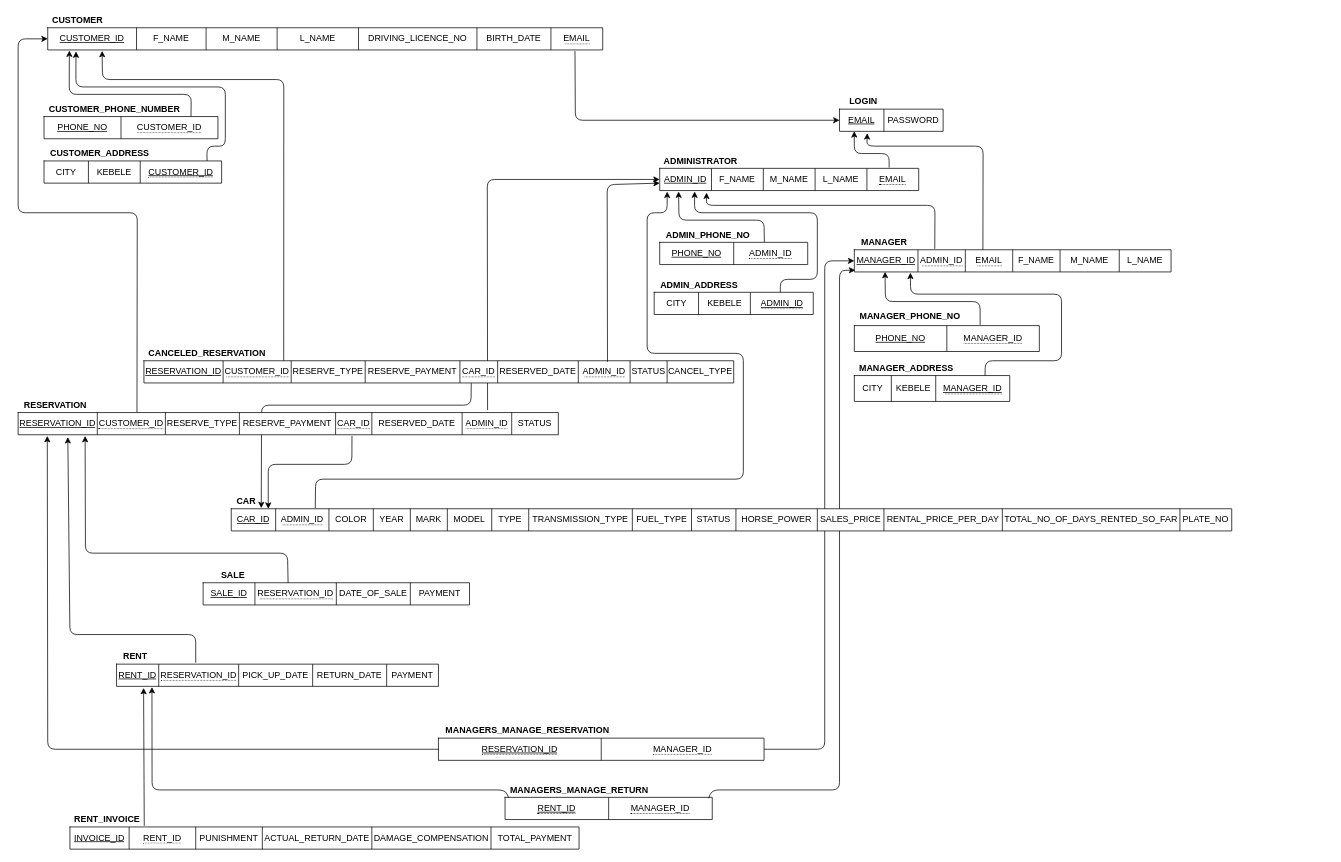
Earlier version of the draw.io diagram DATABASE_FINAL_TABLE.drawio (ab-wap/car_sales_and_rental). Source tidied: cells renumbered, new cells numbered last; positions are measured from the earlier drawing's top-left corner, leaving out a move shared by most shapes. Both pictures are drawn from the tidied source at 74%, with x=0, y=0 at pixel (18, 13).
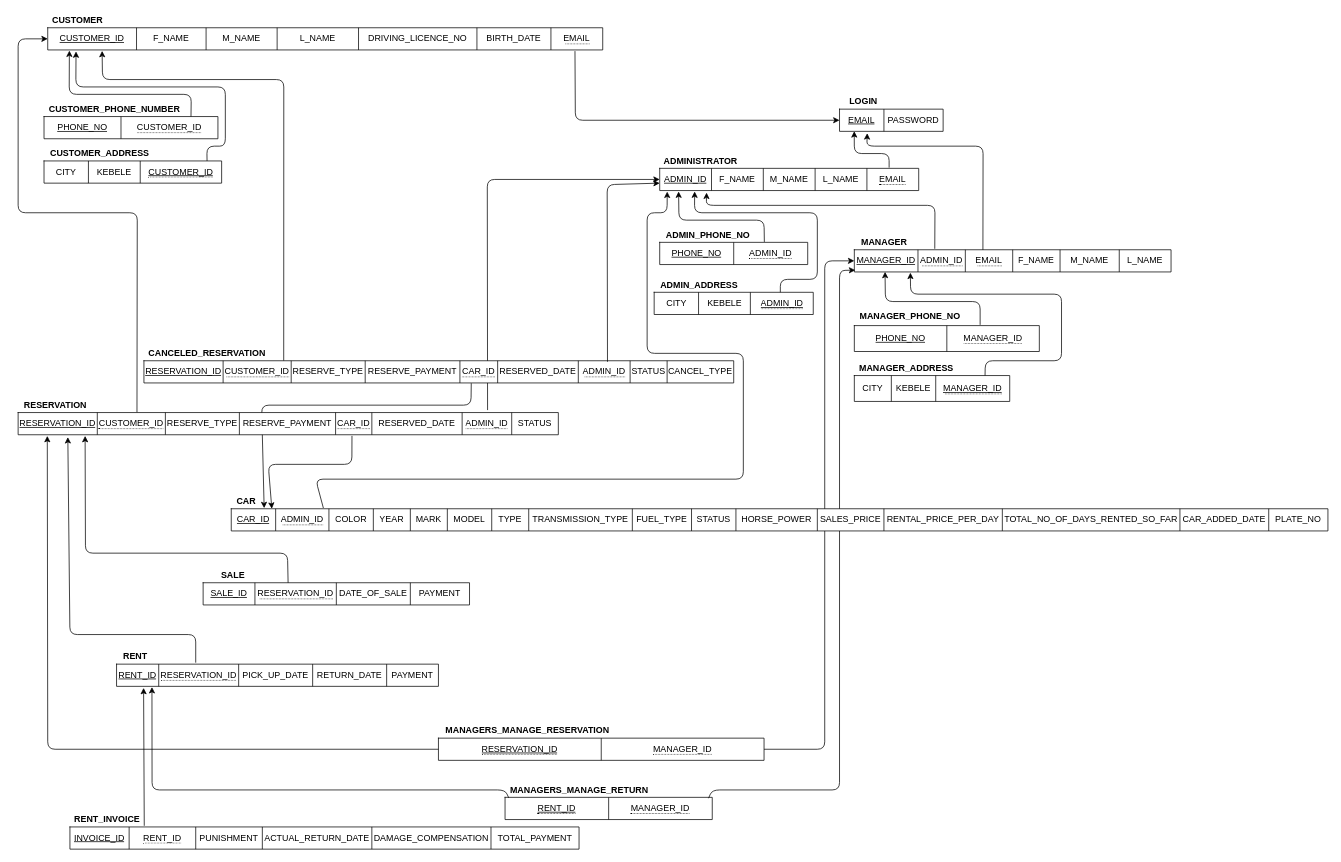
After the change.

Change to the diagram source:
```diff
@@
     <mxCell id="138" style="shape=table;html=1;whiteSpace=wrap;startSize=0;childLayout=tableLayout;" parent="1" vertex="1">
-      <mxGeometry x="288" y="670" width="1352" height="30" as="geometry" />
+      <mxGeometry x="288" y="670" width="1482" height="30" as="geometry" />
     </mxCell>
     <mxCell id="139" style="shape=partialRectangle;html=1;whiteSpace=wrap;fillColor=none;top=0;left=0;bottom=0;right=0;points=[[0,0.5],[1,0.5]];portConstraint=eastwest;" parent="138" vertex="1">
-      <mxGeometry width="1352" height="30" as="geometry" />
+      <mxGeometry width="1482" height="30" as="geometry" />
     </mxCell>
@@
+    <mxCell id="166" value="CAR_ADDED_DATE" style="shape=partialRectangle;html=1;whiteSpace=wrap;overflow=hidden;fillColor=none;top=0;left=0;bottom=0;right=0;" parent="139" vertex="1">
+      <mxGeometry x="1282" width="120" height="30" as="geometry" />
+    </mxCell>
     <mxCell id="154" value="PLATE_NO" style="shape=partialRectangle;html=1;whiteSpace=wrap;overflow=hidden;fillColor=none;top=0;left=0;bottom=0;right=0;" parent="139" vertex="1">
-      <mxGeometry x="1282" width="70" height="30" as="geometry" />
+      <mxGeometry x="1402" width="80" height="30" as="geometry" />
     </mxCell>
```
